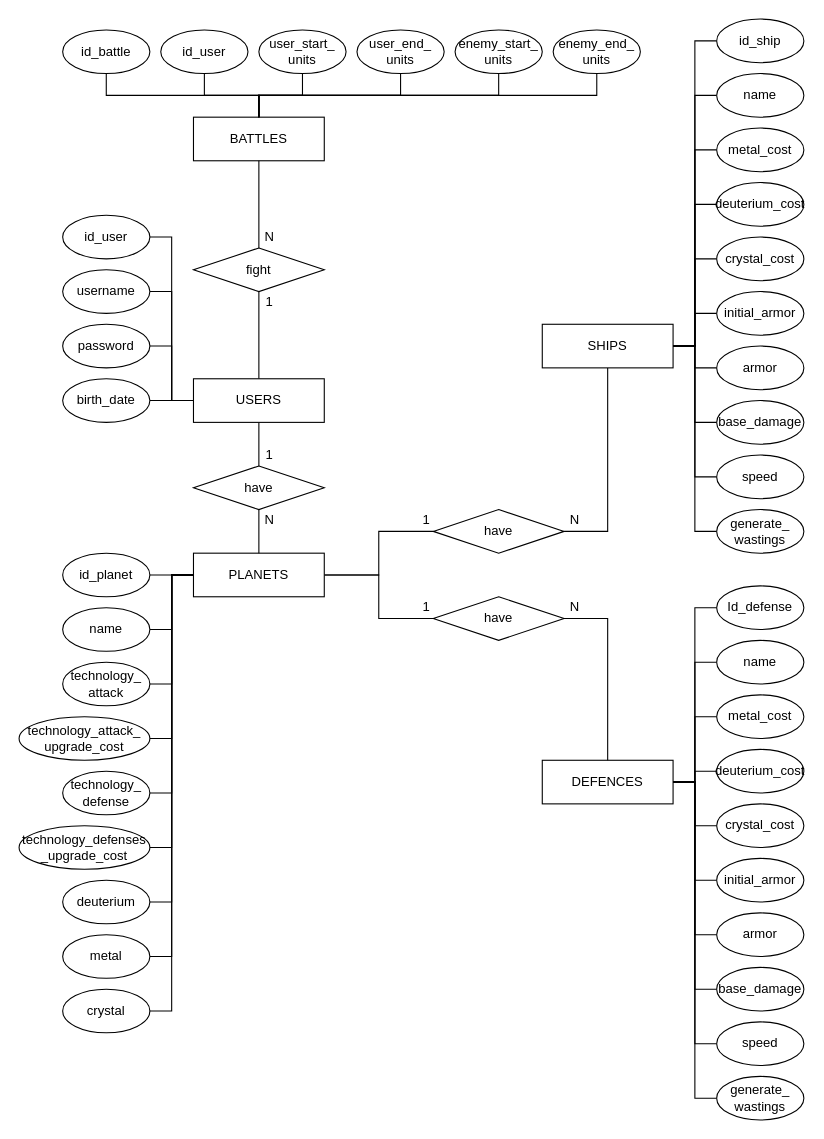
This is M2/DiagramaChen.drawio from SergioHerreraMarin/PlanetWarsProyectoM3, a draw.io file, before an edit. Source tidied: cells renumbered, new cells numbered last; positions are measured from the earlier drawing's top-left corner, leaving out a move shared by most shapes. Both pictures are drawn from the tidied source at 109%, with x=0, y=0 at pixel (19, 19).
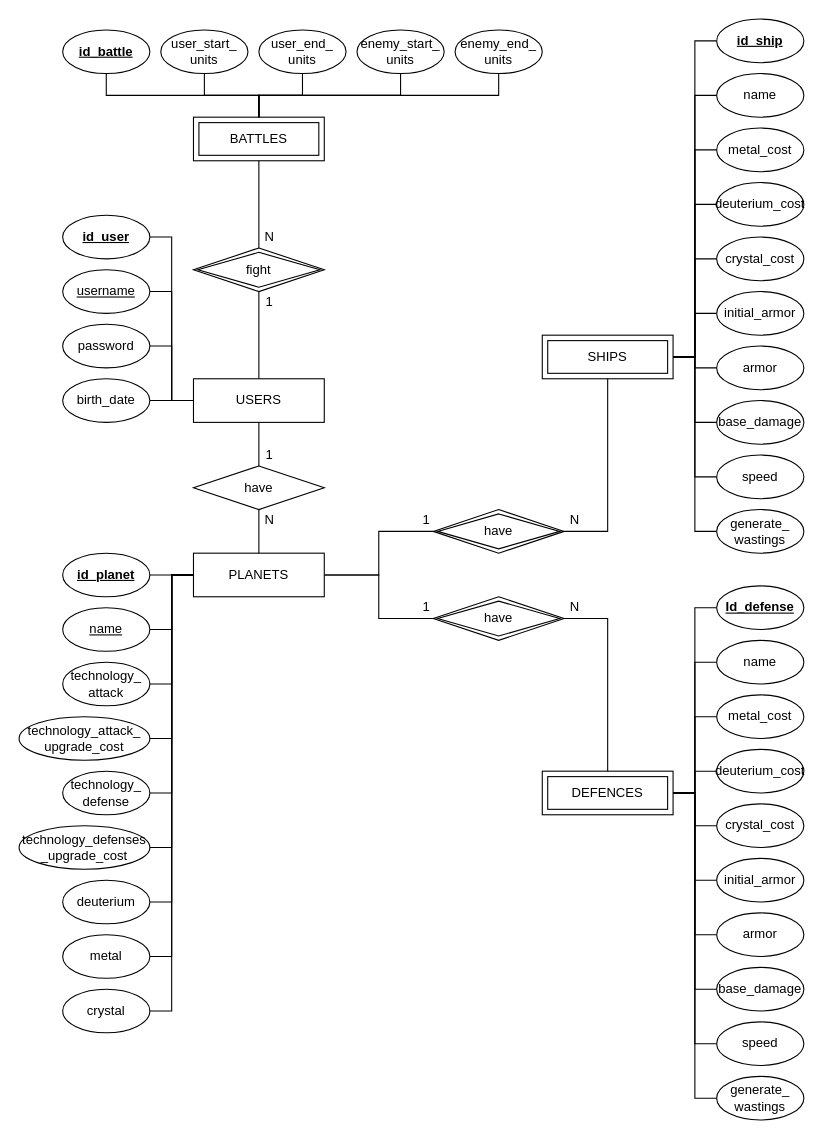
The same page after the edit.

Commit message (it also covers changes not shown here):
Diagrama chen acabado del todo y exportado como jpg

What changed in the source:
```diff
@@
-    <mxCell id="6" value="SHIPS" style="rounded=0;whiteSpace=wrap;html=1;" parent="1" vertex="1">
-      <mxGeometry x="480" y="280" width="120" height="40" as="geometry" />
+    <mxCell id="6" value="SHIPS" style="shape=ext;margin=3;double=1;whiteSpace=wrap;html=1;align=center;" parent="1" vertex="1">
+      <mxGeometry x="480" y="290" width="120" height="40" as="geometry" />
     </mxCell>
@@
-    <mxCell id="10" value="DEFENCES" style="rounded=0;whiteSpace=wrap;html=1;" parent="1" vertex="1">
-      <mxGeometry x="480" y="680" width="120" height="40" as="geometry" />
+    <mxCell id="10" value="DEFENCES" style="shape=ext;margin=3;double=1;whiteSpace=wrap;html=1;align=center;" parent="1" vertex="1">
+      <mxGeometry x="480" y="690" width="120" height="40" as="geometry" />
     </mxCell>
-    <mxCell id="11" value="BATTLES" style="rounded=0;whiteSpace=wrap;html=1;" parent="1" vertex="1">
+    <mxCell id="11" value="BATTLES" style="shape=ext;margin=3;double=1;whiteSpace=wrap;html=1;align=center;" parent="1" vertex="1">
       <mxGeometry x="160" y="90" width="120" height="40" as="geometry" />
     </mxCell>
@@
-    <mxCell id="13" value="id_user" style="ellipse;whiteSpace=wrap;html=1;" parent="1" vertex="1">
+    <mxCell id="13" value="id_user" style="ellipse;whiteSpace=wrap;html=1;fontStyle=5;" parent="1" vertex="1">
       <mxGeometry x="40" y="180" width="80" height="40" as="geometry" />
     </mxCell>
@@
-    <mxCell id="15" value="username" style="ellipse;whiteSpace=wrap;html=1;" parent="1" vertex="1">
+    <mxCell id="15" value="username" style="ellipse;whiteSpace=wrap;html=1;fontStyle=4;" parent="1" vertex="1">
       <mxGeometry x="40" y="230" width="80" height="40" as="geometry" />
     </mxCell>
@@
-    <mxCell id="23" value="id_planet" style="ellipse;whiteSpace=wrap;html=1;" parent="1" vertex="1">
+    <mxCell id="23" value="id_planet" style="ellipse;whiteSpace=wrap;html=1;fontStyle=5;" parent="1" vertex="1">
       <mxGeometry x="40" y="490" width="80" height="40" as="geometry" />
     </mxCell>
@@
-    <mxCell id="25" value="name" style="ellipse;whiteSpace=wrap;html=1;" parent="1" vertex="1">
+    <mxCell id="25" value="name" style="ellipse;whiteSpace=wrap;html=1;fontStyle=4;" parent="1" vertex="1">
       <mxGeometry x="40" y="540" width="80" height="40" as="geometry" />
     </mxCell>
@@
-    <mxCell id="41" value="id_ship" style="ellipse;whiteSpace=wrap;html=1;" parent="1" vertex="1">
+    <mxCell id="41" value="id_ship" style="ellipse;whiteSpace=wrap;html=1;fontStyle=5;" parent="1" vertex="1">
       <mxGeometry x="640" width="80" height="40" as="geometry" />
     </mxCell>
@@
-    <mxCell id="61" value="Id_defense" style="ellipse;whiteSpace=wrap;html=1;" parent="1" vertex="1">
+    <mxCell id="61" value="Id_defense" style="ellipse;whiteSpace=wrap;html=1;fontStyle=5;" parent="1" vertex="1">
       <mxGeometry x="640" y="520" width="80" height="40" as="geometry" />
     </mxCell>
@@
-    <mxCell id="81" value="id_battle" style="ellipse;whiteSpace=wrap;html=1;" parent="1" vertex="1">
+    <mxCell id="81" value="id_battle" style="ellipse;whiteSpace=wrap;html=1;fontStyle=5;" parent="1" vertex="1">
       <mxGeometry x="40" y="10" width="80" height="40" as="geometry" />
     </mxCell>
-    <mxCell id="82" style="edgeStyle=orthogonalEdgeStyle;rounded=0;jettySize=auto;html=1;exitX=0.5;exitY=1;exitDx=0;exitDy=0;entryX=0.5;entryY=0;entryDx=0;entryDy=0;endArrow=none;endFill=0;" parent="1" edge="1" source="83" target="11">
-      <mxGeometry relative="1" as="geometry" />
-    </mxCell>
-    <mxCell id="83" value="id_user" style="ellipse;whiteSpace=wrap;html=1;" parent="1" vertex="1">
-      <mxGeometry x="130" y="10" width="80" height="40" as="geometry" />
-    </mxCell>
@@
     <mxCell id="85" value="user_start_&lt;br&gt;units" style="ellipse;whiteSpace=wrap;html=1;" parent="1" vertex="1">
-      <mxGeometry x="220" y="10" width="80" height="40" as="geometry" />
+      <mxGeometry x="130" y="10" width="80" height="40" as="geometry" />
     </mxCell>
@@
     <mxCell id="87" value="user_end_&lt;br&gt;units" style="ellipse;whiteSpace=wrap;html=1;" parent="1" vertex="1">
-      <mxGeometry x="310" y="10" width="80" height="40" as="geometry" />
+      <mxGeometry x="220" y="10" width="80" height="40" as="geometry" />
     </mxCell>
@@
     <mxCell id="89" value="enemy_start_&lt;br&gt;units" style="ellipse;whiteSpace=wrap;html=1;" parent="1" vertex="1">
-      <mxGeometry x="400" y="10" width="80" height="40" as="geometry" />
+      <mxGeometry x="310" y="10" width="80" height="40" as="geometry" />
     </mxCell>
@@
     <mxCell id="91" value="enemy_end_&lt;br&gt;units" style="ellipse;whiteSpace=wrap;html=1;" parent="1" vertex="1">
-      <mxGeometry x="490" y="10" width="80" height="40" as="geometry" />
+      <mxGeometry x="400" y="10" width="80" height="40" as="geometry" />
     </mxCell>
@@
-    <mxCell id="94" value="have" style="rhombus;whiteSpace=wrap;html=1;" parent="1" vertex="1">
+    <mxCell id="94" value="have" style="shape=rhombus;double=1;perimeter=rhombusPerimeter;whiteSpace=wrap;html=1;align=center;sketch=0;strokeColor=default;" parent="1" vertex="1">
       <mxGeometry x="380" y="450" width="120" height="40" as="geometry" />
     </mxCell>
@@
-    <mxCell id="96" value="have" style="rhombus;whiteSpace=wrap;html=1;" parent="1" vertex="1">
+    <mxCell id="96" value="have" style="shape=rhombus;double=1;perimeter=rhombusPerimeter;whiteSpace=wrap;html=1;align=center;sketch=0;strokeColor=default;" parent="1" vertex="1">
       <mxGeometry x="380" y="530" width="120" height="40" as="geometry" />
     </mxCell>
@@
-    <mxCell id="102" value="fight" style="rhombus;whiteSpace=wrap;html=1;" parent="1" vertex="1">
+    <mxCell id="102" value="fight" style="shape=rhombus;double=1;perimeter=rhombusPerimeter;whiteSpace=wrap;html=1;align=center;sketch=0;strokeColor=default;" parent="1" vertex="1">
       <mxGeometry x="160" y="210" width="120" height="40" as="geometry" />
     </mxCell>
```
